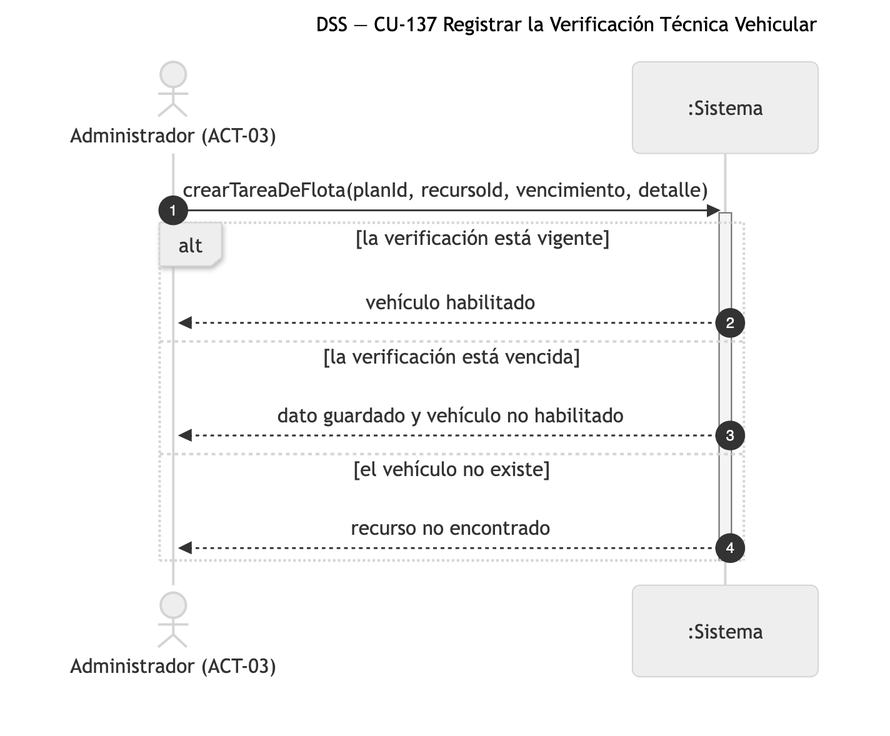
The Mermaid diagram diagramas/png/DSS_CU-137_Registrar-la-Verificacion-Tecnica-Vehicular.png in Nahuelito-Dev/splg-docs, before a commit. Its source is kept beside it as diagramas/DSS_CU-137_Registrar-la-Verificacion-Tecnica-Vehicular.mmd.
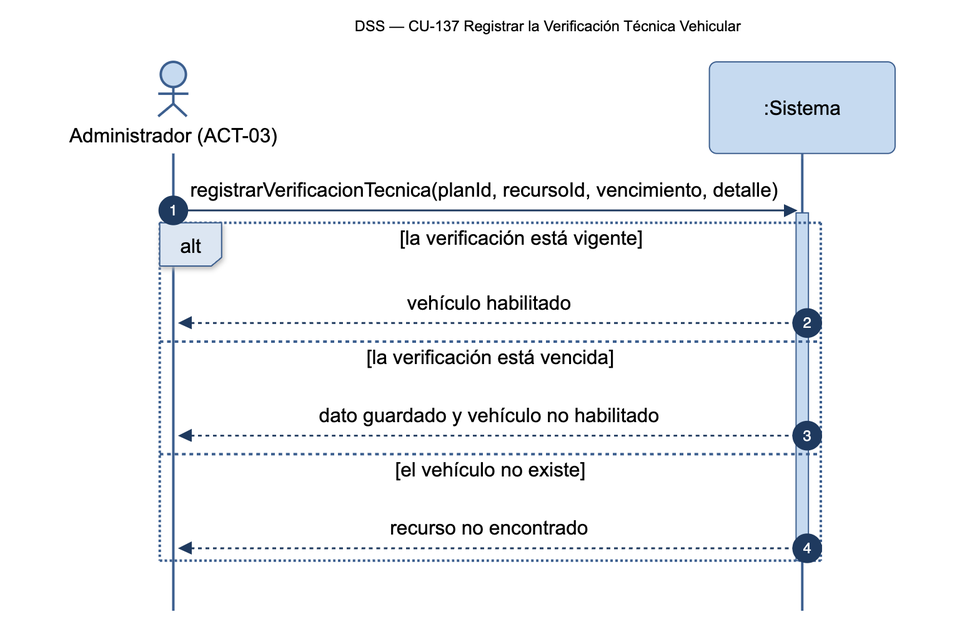
Above is the later version.

What changed in the source:
```diff
@@ -4,7 +4,7 @@
     actor ADM as Administrador (ACT-03)
     participant SIS as :Sistema
 
-    ADM->>SIS: crearTareaDeFlota(planId, recursoId, vencimiento, detalle)
+    ADM->>SIS: registrarVerificacionTecnica(planId, recursoId, vencimiento, detalle)
     activate SIS
     alt la verificación está vigente
         SIS-->>ADM: vehículo habilitado
```
